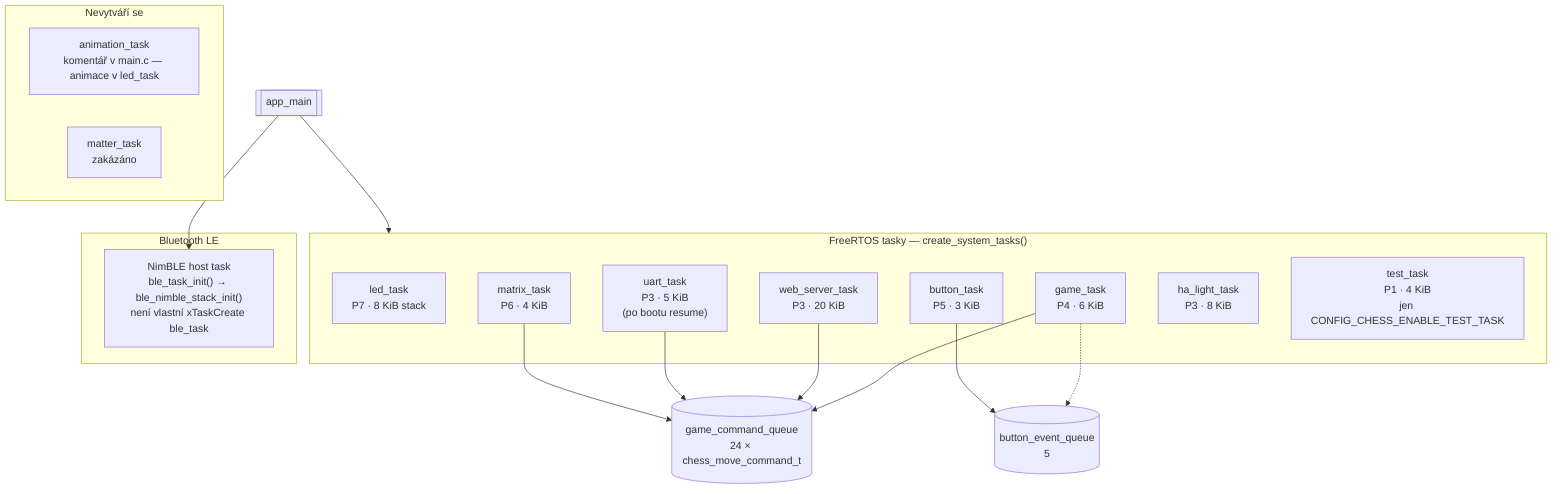
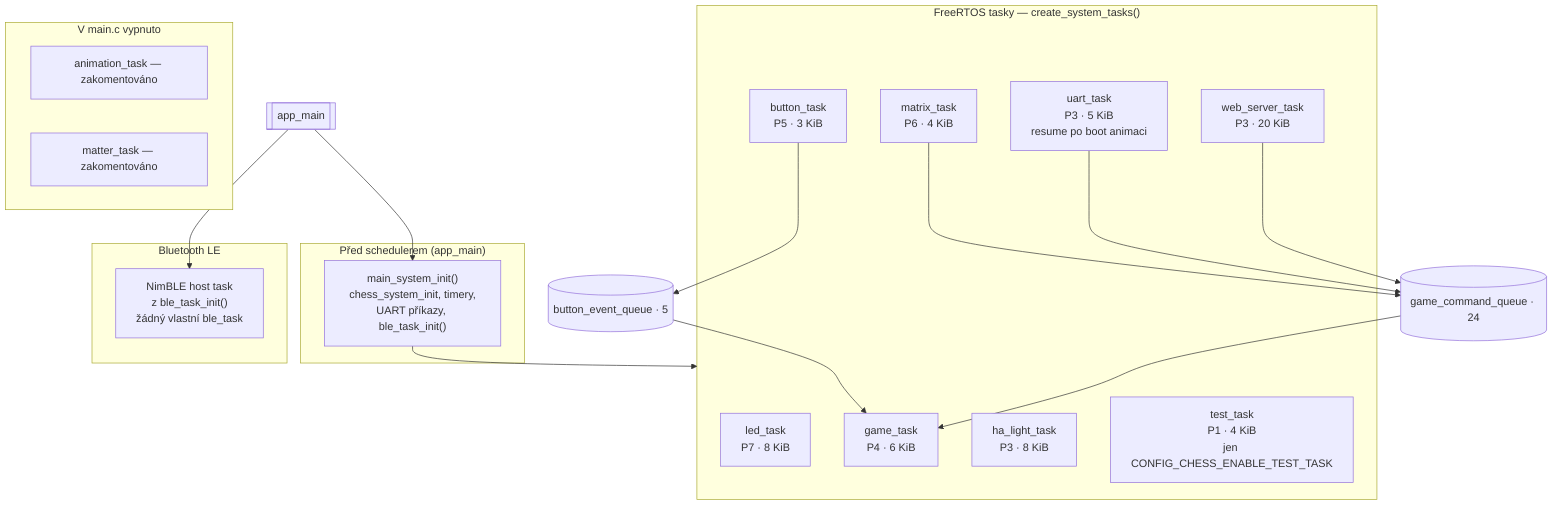
- %% Zdroj pro Mermaid CLI (mmdc) — drž ve shodě s docs/diagrams/tasks_architecture.md
+ %% Zdroj pro Mermaid CLI — drž ve shodě s docs/diagrams/tasks_architecture.md a main/main.c (create_system_tasks)
flowchart TB
+   subgraph Init["Před schedulerem (app_main)"]
+     SYS["main_system_init()<br/>chess_system_init, timery,<br/>UART příkazy, ble_task_init()"]
+   end
+ 
  subgraph Tasks["FreeRTOS tasky — create_system_tasks()"]
-     LED["led_task<br/>P7 · 8 KiB stack"]
+     LED["led_task<br/>P7 · 8 KiB"]
    MAT["matrix_task<br/>P6 · 4 KiB"]
    BTN["button_task<br/>P5 · 3 KiB"]
-     UART["uart_task<br/>P3 · 5 KiB<br/>(po bootu resume)"]
+     UART["uart_task<br/>P3 · 5 KiB<br/>resume po boot animaci"]
    GAME["game_task<br/>P4 · 6 KiB"]
    WEB["web_server_task<br/>P3 · 20 KiB"]
    HA["ha_light_task<br/>P3 · 8 KiB"]
    TEST["test_task<br/>P1 · 4 KiB<br/>jen CONFIG_CHESS_ENABLE_TEST_TASK"]
  end

  subgraph BLE["Bluetooth LE"]
-     NIM["NimBLE host task<br/>ble_task_init() → ble_nimble_stack_init()<br/>není vlastní xTaskCreate ble_task"]
+     NIM["NimBLE host task<br/>z ble_task_init()<br/>žádný vlastní ble_task"]
  end

-   subgraph Disabled["Nevytváří se"]
-     ANIM["animation_task<br/>komentář v main.c — animace v led_task"]
-     MATTER["matter_task<br/>zakázáno"]
+   subgraph Disabled["V main.c vypnuto"]
+     ANIM["animation_task — zakomentováno"]
+     MATTER["matter_task — zakomentováno"]
  end

-   MAIN[["app_main"]] --> Tasks
+   MAIN[["app_main"]] --> SYS
+   SYS --> Tasks
  MAIN --> NIM

-   GQ[("game_command_queue<br/>24 × chess_move_command_t")]
-   BQ[("button_event_queue<br/>5")]
+   GQ[("game_command_queue · 24")]
+   BQ[("button_event_queue · 5")]
  MAT --> GQ
  BTN --> BQ
  UART --> GQ
  WEB --> GQ
-   GAME --> GQ
-   GAME -.-> BQ
+   BQ --> GAME
+   GQ --> GAME
